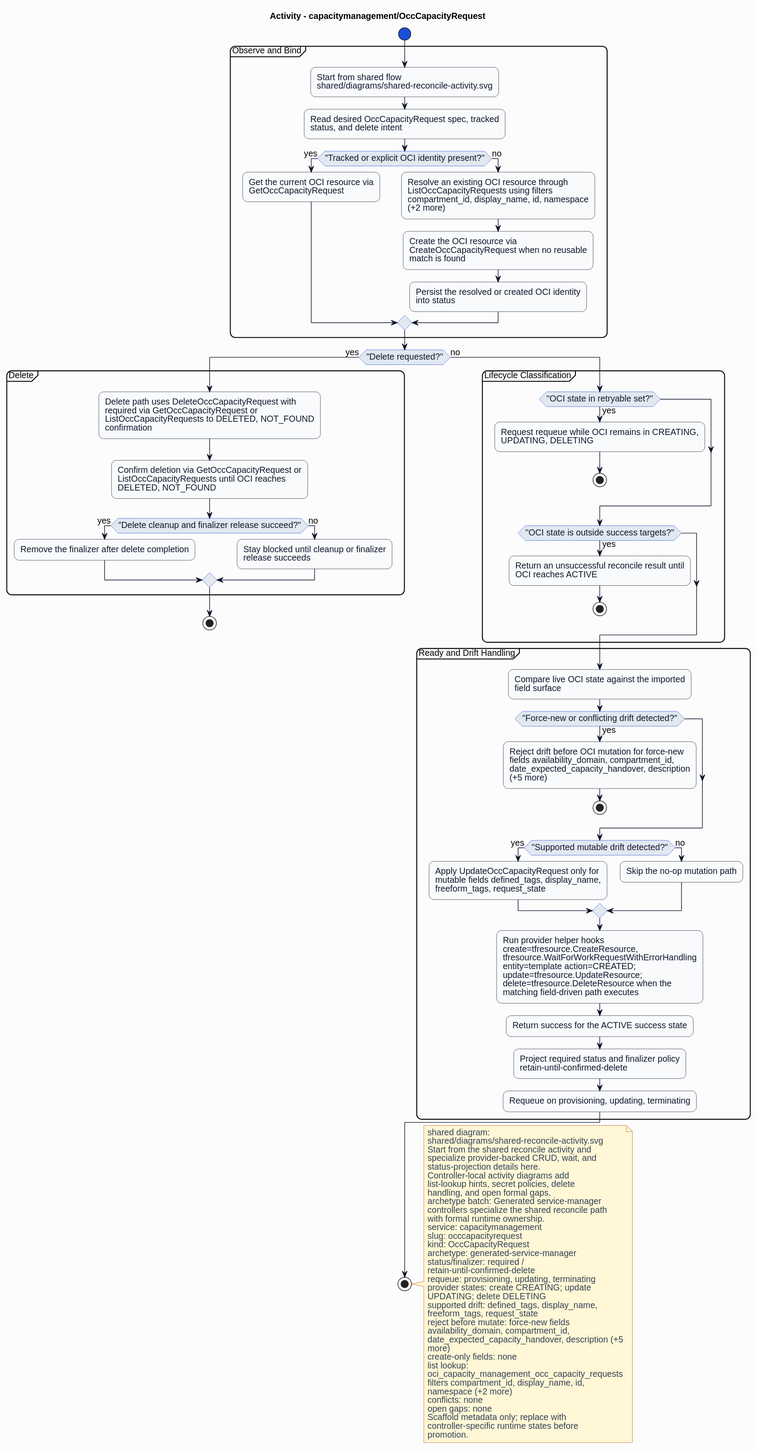
This is formal/controllers/capacitymanagement/occcapacityrequest/diagrams/activity.svg from HaoyL666/oci-service-operator, a PlantUML export, as it was before one commit.
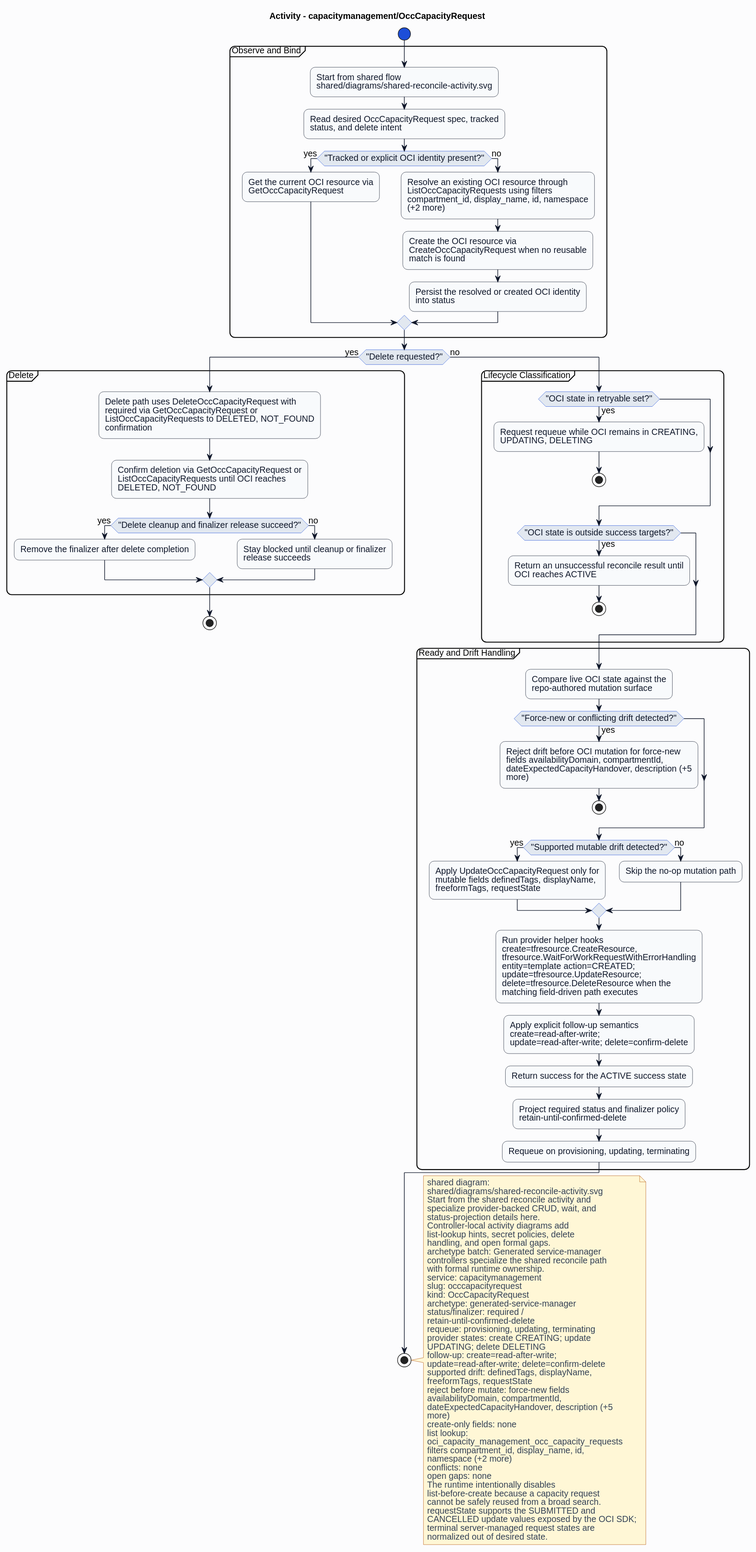
The same file after the commit.

What changed in the source:
```diff
@@ -55,17 +55,18 @@
 endif
 }
 partition "Ready and Drift Handling" {
-:Compare live OCI state against the imported\nfield surface;
+:Compare live OCI state against the\nrepo-authored mutation surface;
 if ("Force-new or conflicting drift detected?") then (yes)
-:Reject drift before OCI mutation for force-new\nfields availability_domain, compartment_id,\ndate_expected_capacity_handover, description\n(+5 more);
+:Reject drift before OCI mutation for force-new\nfields availabilityDomain, compartmentId,\ndateExpectedCapacityHandover, description (+5\nmore);
 stop
 endif
 if ("Supported mutable drift detected?") then (yes)
-:Apply UpdateOccCapacityRequest only for\nmutable fields defined_tags, display_name,\nfreeform_tags, request_state;
+:Apply UpdateOccCapacityRequest only for\nmutable fields definedTags, displayName,\nfreeformTags, requestState;
 else (no)
 :Skip the no-op mutation path;
 endif
 :Run provider helper hooks\ncreate=tfresource.CreateResource,\ntfresource.WaitForWorkRequestWithErrorHandling\nentity=template action=CREATED;\nupdate=tfresource.UpdateResource;\ndelete=tfresource.DeleteResource when the\nmatching field-driven path executes;
+:Apply explicit follow-up semantics\ncreate=read-after-write;\nupdate=read-after-write; delete=confirm-delete;
 :Return success for the ACTIVE success state;
 :Project required status and finalizer policy\nretain-until-confirmed-delete;
 :Requeue on provisioning, updating, terminating;
@@ -93,11 +94,13 @@
 requeue: provisioning, updating, terminating
 provider states: create CREATING; update
 UPDATING; delete DELETING
-supported drift: defined_tags, display_name,
-freeform_tags, request_state
+follow-up: create=read-after-write;
+update=read-after-write; delete=confirm-delete
+supported drift: definedTags, displayName,
+freeformTags, requestState
 reject before mutate: force-new fields
-availability_domain, compartment_id,
-date_expected_capacity_handover, description (+5
+availabilityDomain, compartmentId,
+dateExpectedCapacityHandover, description (+5
 more)
 create-only fields: none
 list lookup:
@@ -106,8 +109,12 @@
 namespace (+2 more)
 conflicts: none
 open gaps: none
-Scaffold metadata only; replace with
-controller-specific runtime states before
-promotion.
+The runtime intentionally disables
+list-before-create because a capacity request
+cannot be safely reused from a broad search.
+requestState supports the SUBMITTED and
+CANCELLED update values exposed by the OCI SDK;
+terminal server-managed request states are
+normalized out of desired state.
 end note
 @enduml
```
